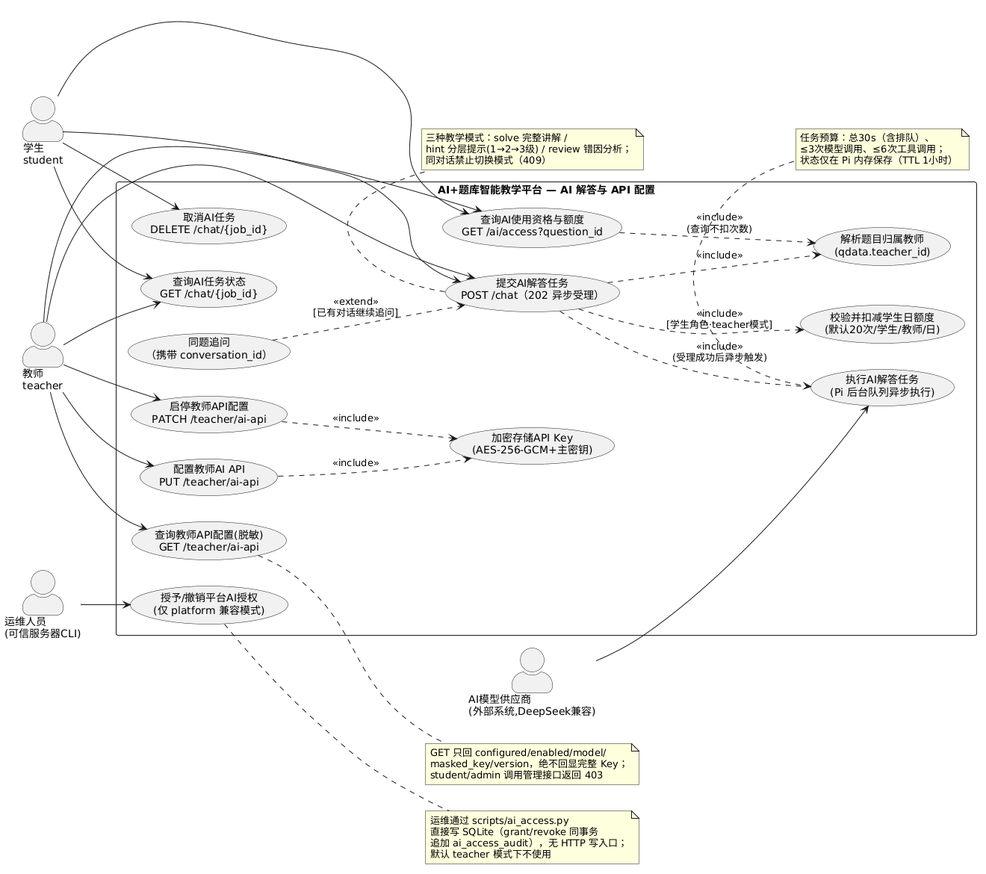
Earlier version of the PlantUML export OOA_OOD/diagrams/usecase/uc2_ai_config.png (Araaaagorn/ai-question-bank).
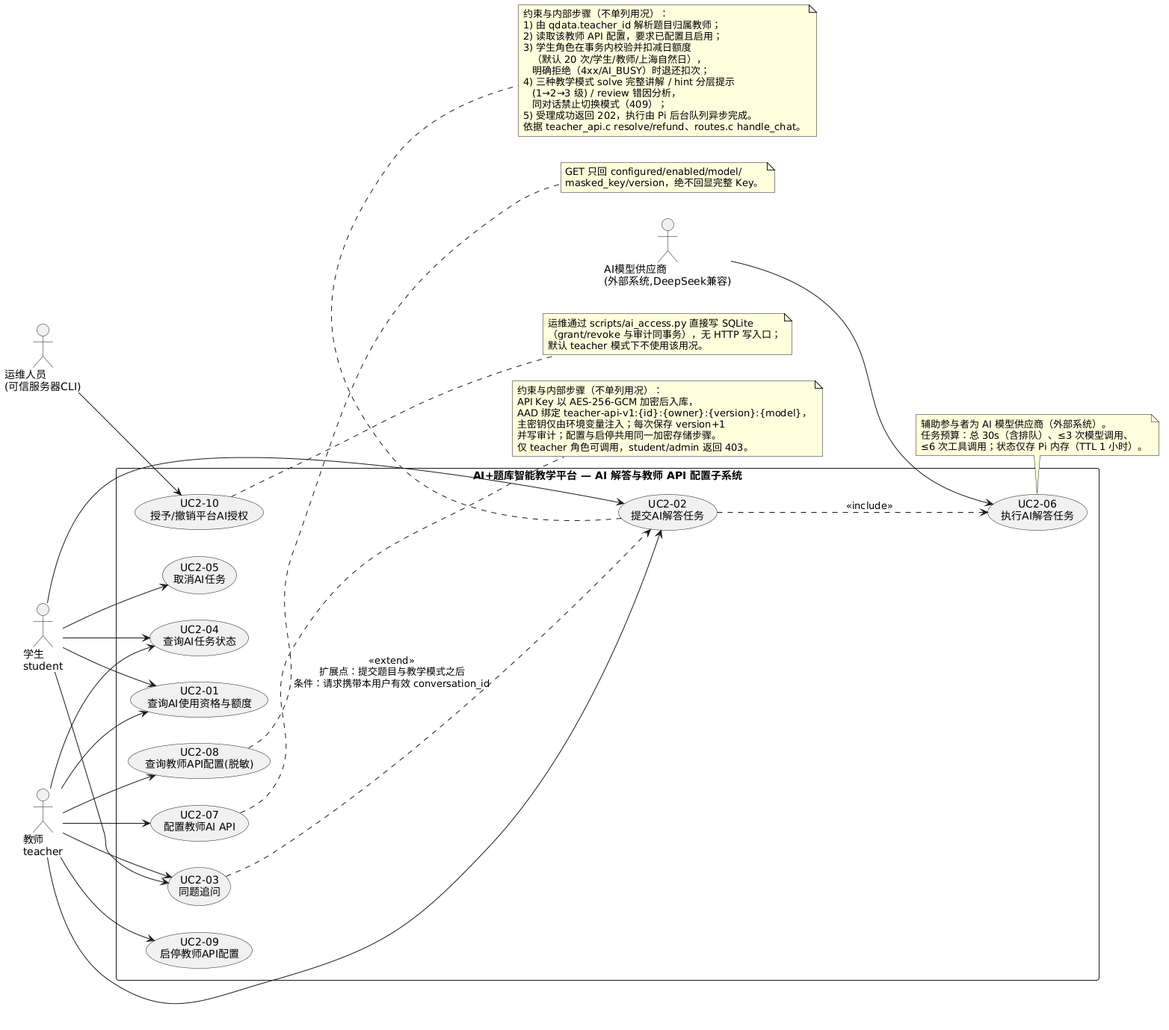
After the change.

What changed in the source:
```diff
@@ -1,7 +1,6 @@
-@startuml uc2_ai_config
+@startuml
 left to right direction
 skinparam shadowing false
-skinparam actorStyle awesome
 skinparam packageStyle rectangle
 
 actor "学生\nstudent" as Student
@@ -9,66 +8,75 @@
 actor "运维人员\n(可信服务器CLI)" as Ops
 actor "AI模型供应商\n(外部系统,DeepSeek兼容)" as Provider
 
-rectangle "AI+题库智能教学平台 — AI 解答与 API 配置" {
-  usecase "查询AI使用资格与额度\nGET /ai/access?question_id" as UCAccess
-  usecase "提交AI解答任务\nPOST /chat（202 异步受理）" as UCSubmit
-  usecase "同题追问\n（携带 conversation_id）" as UCFollow
-  usecase "查询AI任务状态\nGET /chat/{job_id}" as UCStatus
-  usecase "取消AI任务\nDELETE /chat/{job_id}" as UCCancel
-  usecase "执行AI解答任务\n(Pi 后台队列异步执行)" as UCExec
-  usecase "解析题目归属教师\n(qdata.teacher_id)" as UCResolve
-  usecase "校验并扣减学生日额度\n(默认20次/学生/教师/日)" as UCQuota
-  usecase "配置教师AI API\nPUT /teacher/ai-api" as UCPut
-  usecase "查询教师API配置(脱敏)\nGET /teacher/ai-api" as UCGet
-  usecase "启停教师API配置\nPATCH /teacher/ai-api" as UCPatch
-  usecase "加密存储API Key\n(AES-256-GCM+主密钥)" as UCEnc
-  usecase "授予/撤销平台AI授权\n(仅 platform 兼容模式)" as UCGrant
+rectangle "AI+题库智能教学平台 — AI 解答与教师 API 配置子系统" {
+  usecase "UC2-01\n查询AI使用资格与额度" as UCAccess
+  usecase "UC2-02\n提交AI解答任务" as UCSubmit
+  usecase "UC2-03\n同题追问" as UCFollow
+  usecase "UC2-04\n查询AI任务状态" as UCStatus
+  usecase "UC2-05\n取消AI任务" as UCCancel
+  usecase "UC2-06\n执行AI解答任务" as UCExec
+  usecase "UC2-07\n配置教师AI API" as UCPut
+  usecase "UC2-08\n查询教师API配置(脱敏)" as UCGet
+  usecase "UC2-09\n启停教师API配置" as UCPatch
+  usecase "UC2-10\n授予/撤销平台AI授权" as UCGrant
 }
 
 Student --> UCAccess
 Student --> UCSubmit
+Student --> UCFollow
 Student --> UCStatus
 Student --> UCCancel
 Teacher --> UCAccess
 Teacher --> UCSubmit
+Teacher --> UCFollow
 Teacher --> UCStatus
 Teacher --> UCPut
 Teacher --> UCGet
 Teacher --> UCPatch
 
-UCFollow ..> UCSubmit : <<extend>>\n[已有对话继续追问]
-UCSubmit ..> UCResolve : <<include>>
-UCSubmit ..> UCQuota : <<include>>\n[学生角色·teacher模式]
-UCSubmit ..> UCExec : <<include>>\n(受理成功后异步触发)
-UCAccess ..> UCResolve : <<include>>\n(查询不扣次数)
-UCPut ..> UCEnc : <<include>>
-UCPatch ..> UCEnc : <<include>>
+UCFollow ..> UCSubmit : <<extend>>\n扩展点：提交题目与教学模式之后\n条件：请求携带本用户有效 conversation_id
+UCSubmit ..> UCExec : <<include>>
 
 Provider --> UCExec
 Ops --> UCGrant
 
 note bottom of UCSubmit
-  三种教学模式：solve 完整讲解 /
-  hint 分层提示(1→2→3级) / review 错因分析；
-  同对话禁止切换模式（409）
+  约束与内部步骤（不单列用况）：
+  1) 由 qdata.teacher_id 解析题目归属教师；
+  2) 读取该教师 API 配置，要求已配置且启用；
+  3) 学生角色在事务内校验并扣减日额度
+     （默认 20 次/学生/教师/上海自然日），
+     明确拒绝（4xx/AI_BUSY）时退还扣次；
+  4) 三种教学模式 solve 完整讲解 / hint 分层提示
+     (1→2→3 级) / review 错因分析，
+     同对话禁止切换模式（409）；
+  5) 受理成功返回 202，执行由 Pi 后台队列异步完成。
+  依据 teacher_api.c resolve/refund、routes.c handle_chat。
 end note
 
 note bottom of UCExec
-  任务预算：总30s（含排队）、
-  ≤3次模型调用、≤6次工具调用；
-  状态仅在 Pi 内存保存（TTL 1小时）
+  辅助参与者为 AI 模型供应商（外部系统）。
+  任务预算：总 30s（含排队）、≤3 次模型调用、
+  ≤6 次工具调用；状态仅存 Pi 内存（TTL 1 小时）。
 end note
 
-note right of UCGrant
-  运维通过 scripts/ai_access.py
-  直接写 SQLite（grant/revoke 同事务
-  追加 ai_access_audit），无 HTTP 写入口；
-  默认 teacher 模式下不使用
+note right of UCPut
+  约束与内部步骤（不单列用况）：
+  API Key 以 AES-256-GCM 加密后入库，
+  AAD 绑定 teacher-api-v1:{id}:{owner}:{version}:{model}，
+  主密钥仅由环境变量注入；每次保存 version+1
+  并写审计；配置与启停共用同一加密存储步骤。
+  仅 teacher 角色可调用，student/admin 返回 403。
 end note
 
 note right of UCGet
   GET 只回 configured/enabled/model/
-  masked_key/version，绝不回显完整 Key；
-  student/admin 调用管理接口返回 403
+  masked_key/version，绝不回显完整 Key。
+end note
+
+note right of UCGrant
+  运维通过 scripts/ai_access.py 直接写 SQLite
+  （grant/revoke 与审计同事务），无 HTTP 写入口；
+  默认 teacher 模式下不使用该用况。
 end note
 @enduml
```
